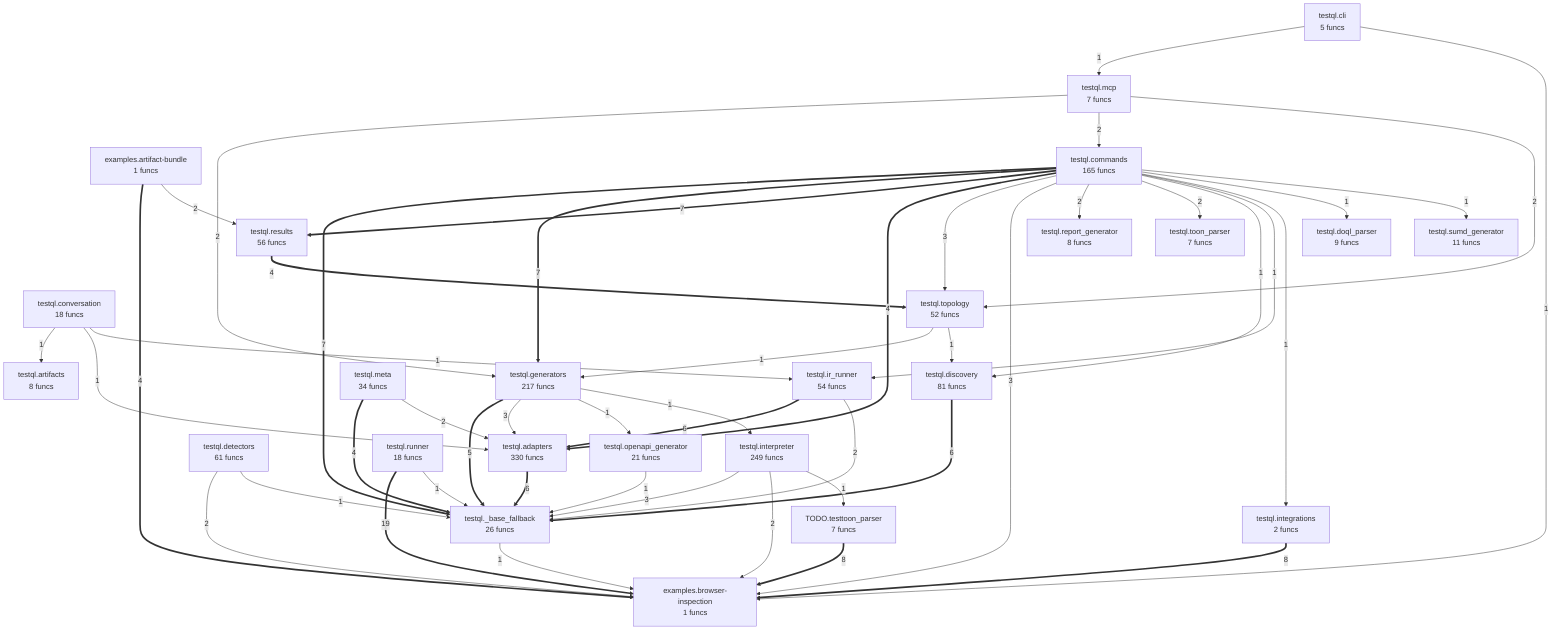
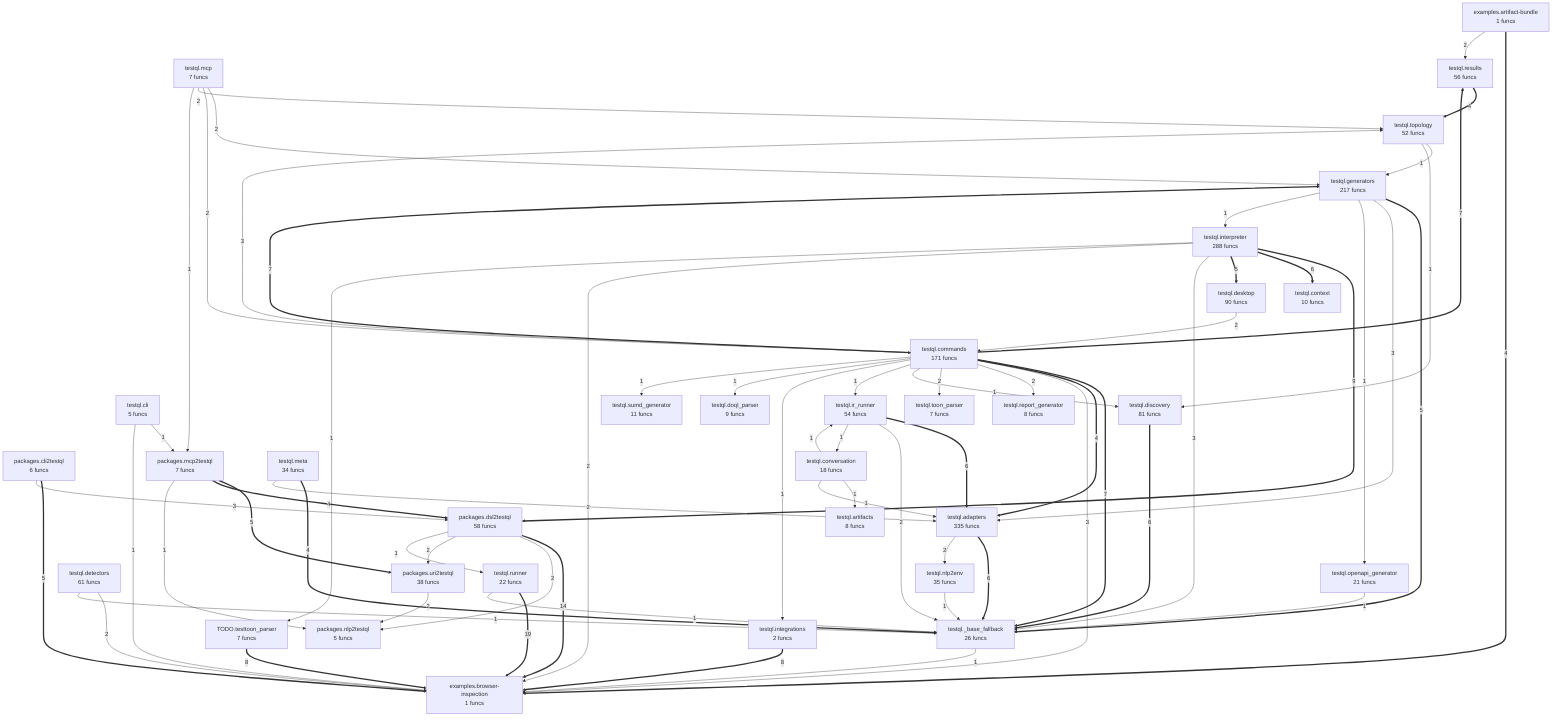
flowchart TD
- %% generated in 0.03s
+ %% generated in 0.06s
    TODO__testtoon_parser["TODO.testtoon_parser<br/>7 funcs"]
    examples__artifact_bundle["examples.artifact-bundle<br/>1 funcs"]
    examples__browser_inspection["examples.browser-inspection<br/>1 funcs"]
+     packages__cli2testql["packages.cli2testql<br/>6 funcs"]
+     packages__dsl2testql["packages.dsl2testql<br/>58 funcs"]
+     packages__mcp2testql["packages.mcp2testql<br/>7 funcs"]
+     packages__nlp2testql["packages.nlp2testql<br/>5 funcs"]
+     packages__uri2testql["packages.uri2testql<br/>38 funcs"]
    testql___base_fallback["testql._base_fallback<br/>26 funcs"]
-     testql__adapters["testql.adapters<br/>330 funcs"]
+     testql__adapters["testql.adapters<br/>335 funcs"]
    testql__artifacts["testql.artifacts<br/>8 funcs"]
    testql__cli["testql.cli<br/>5 funcs"]
-     testql__commands["testql.commands<br/>165 funcs"]
+     testql__commands["testql.commands<br/>171 funcs"]
+     testql__context["testql.context<br/>10 funcs"]
    testql__conversation["testql.conversation<br/>18 funcs"]
+     testql__desktop["testql.desktop<br/>90 funcs"]
    testql__detectors["testql.detectors<br/>61 funcs"]
    testql__discovery["testql.discovery<br/>81 funcs"]
    testql__doql_parser["testql.doql_parser<br/>9 funcs"]
    testql__generators["testql.generators<br/>217 funcs"]
    testql__integrations["testql.integrations<br/>2 funcs"]
-     testql__interpreter["testql.interpreter<br/>249 funcs"]
+     testql__interpreter["testql.interpreter<br/>288 funcs"]
    testql__ir_runner["testql.ir_runner<br/>54 funcs"]
    testql__mcp["testql.mcp<br/>7 funcs"]
    testql__meta["testql.meta<br/>34 funcs"]
+     testql__nlp2env["testql.nlp2env<br/>35 funcs"]
    testql__openapi_generator["testql.openapi_generator<br/>21 funcs"]
    testql__report_generator["testql.report_generator<br/>8 funcs"]
    testql__results["testql.results<br/>56 funcs"]
-     testql__runner["testql.runner<br/>18 funcs"]
+     testql__runner["testql.runner<br/>22 funcs"]
    testql__sumd_generator["testql.sumd_generator<br/>11 funcs"]
    testql__toon_parser["testql.toon_parser<br/>7 funcs"]
    testql__topology["testql.topology<br/>52 funcs"]
    testql__runner ==>|19| examples__browser_inspection
+     packages__dsl2testql ==>|14| examples__browser_inspection
+     testql__interpreter ==>|9| packages__dsl2testql
    TODO__testtoon_parser ==>|8| examples__browser_inspection
    testql__integrations ==>|8| examples__browser_inspection
    testql__commands ==>|7| testql___base_fallback
    testql__commands ==>|7| testql__generators
    testql__commands ==>|7| testql__results
+     testql__interpreter ==>|6| testql__context
    testql__discovery ==>|6| testql___base_fallback
    testql__adapters ==>|6| testql___base_fallback
    testql__ir_runner ==>|6| testql__adapters
+     packages__mcp2testql ==>|5| packages__uri2testql
+     testql__interpreter ==>|5| testql__desktop
    testql__generators ==>|5| testql___base_fallback
+     packages__cli2testql ==>|5| examples__browser_inspection
+     packages__mcp2testql ==>|4| packages__dsl2testql
    examples__artifact_bundle ==>|4| examples__browser_inspection
    testql__commands ==>|4| testql__adapters
    testql__results ==>|4| testql__topology
    testql__meta ==>|4| testql___base_fallback
    testql__commands -->|3| testql__topology
    testql__commands -->|3| examples__browser_inspection
    testql__interpreter -->|3| testql___base_fallback
    testql__generators -->|3| testql__adapters
+     packages__cli2testql -->|3| packages__dsl2testql
+     packages__dsl2testql -->|2| packages__nlp2testql
+     packages__dsl2testql -->|2| packages__uri2testql
+     packages__uri2testql -->|2| packages__nlp2testql
    examples__artifact_bundle -->|2| testql__results
    testql__commands -->|2| testql__report_generator
    testql__commands -->|2| testql__toon_parser
    testql__interpreter -->|2| examples__browser_inspection
+     testql__desktop -->|2| testql__commands
+     testql__adapters -->|2| testql__nlp2env
    testql__mcp -->|2| testql__generators
    testql__mcp -->|2| testql__commands
    testql__mcp -->|2| testql__topology
    testql__meta -->|2| testql__adapters
    testql__detectors -->|2| examples__browser_inspection
    testql__ir_runner -->|2| testql___base_fallback
-     testql__cli -->|1| testql__mcp
+     packages__dsl2testql -->|1| testql__runner
+     packages__mcp2testql -->|1| packages__nlp2testql
+     testql__cli -->|1| packages__mcp2testql
    testql__cli -->|1| examples__browser_inspection
    testql__runner -->|1| testql___base_fallback
    testql__openapi_generator -->|1| testql___base_fallback
    testql___base_fallback -->|1| examples__browser_inspection
    testql__commands -->|1| testql__discovery
    testql__commands -->|1| testql__ir_runner
    testql__commands -->|1| testql__integrations
    testql__commands -->|1| testql__doql_parser
    testql__commands -->|1| testql__sumd_generator
    testql__interpreter -->|1| TODO__testtoon_parser
-     testql__generators -->|1| testql__openapi_generator
-     testql__generators -->|1| testql__interpreter
-     testql__detectors -->|1| testql___base_fallback
-     testql__topology -->|1| testql__generators
-     testql__topology -->|1| testql__discovery
    testql__conversation -->|1| testql__artifacts
    testql__conversation -->|1| testql__adapters
    testql__conversation -->|1| testql__ir_runner
+     testql__generators -->|1| testql__openapi_generator
+     testql__generators -->|1| testql__interpreter
+     testql__mcp -->|1| packages__mcp2testql
+     testql__nlp2env -->|1| testql___base_fallback
+     testql__detectors -->|1| testql___base_fallback
+     testql__ir_runner -->|1| testql__conversation
+     testql__topology -->|1| testql__generators
+     testql__topology -->|1| testql__discovery
